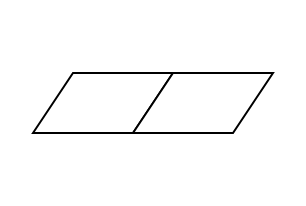
Earlier version of the draw.io diagram Untitled Diagram.drawio (huangqiuyu/Compiler). Source tidied: cells renumbered, new cells numbered last; positions are measured from the earlier drawing's top-left corner, leaving out a move shared by most shapes. Both pictures are drawn from the tidied source at 200%, with x=0, y=0 at pixel (32, 72).
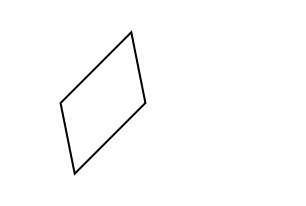
The same page after the edit.

Diff of the diagram source:
```diff
@@
 <mxGraphModel>
   <root>
     <mxCell id="0" />
     <mxCell id="1" parent="0" />
-    <mxCell id="2" style="shape=parallelogram;perimeter=parallelogramPerimeter;whiteSpace=wrap;html=1;fixedSize=1;" parent="1" vertex="1">
+    <mxCell id="2" style="shape=parallelogram;perimeter=parallelogramPerimeter;whiteSpace=wrap;html=1;fixedSize=1;rotation=-45;" parent="1" vertex="1">
       <mxGeometry width="70" height="30" as="geometry" />
     </mxCell>
-    <mxCell id="3" style="shape=parallelogram;perimeter=parallelogramPerimeter;whiteSpace=wrap;html=1;fixedSize=1;" parent="1" vertex="1">
-      <mxGeometry x="50" width="70" height="30" as="geometry" />
-    </mxCell>
   </root>
 </mxGraphModel>
```
